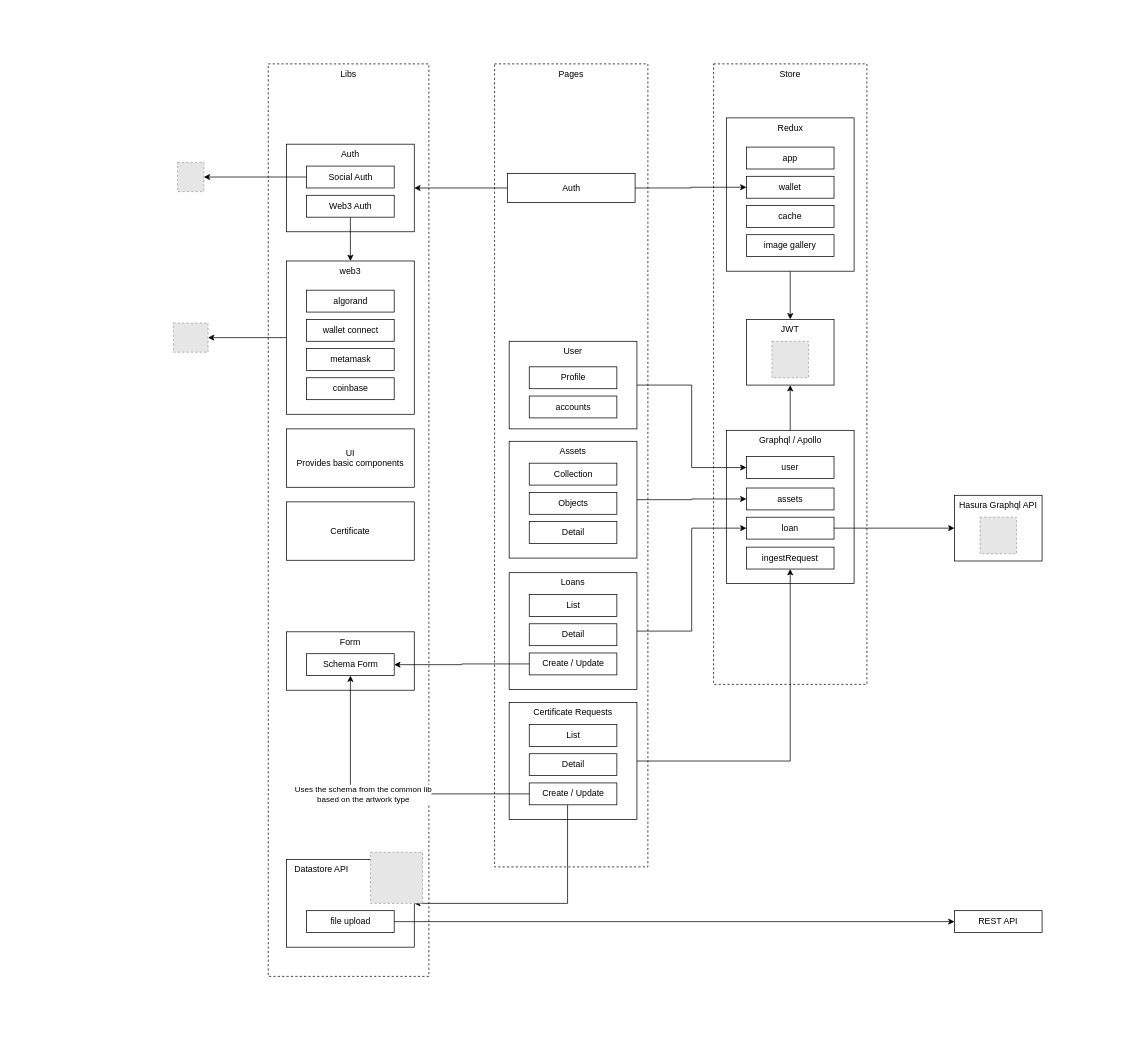
Above: test-2.drawio in tobi-tobsen-berlin/diagrams (draw.io), before the change. Source tidied: cells renumbered, new cells numbered last; positions are measured from the earlier drawing's top-left corner, leaving out a move shared by most shapes. Both pictures are drawn from the tidied source at 73%, with x=0, y=0 at pixel (173, 64). Pictures stored in the file or linked from it are replaced by grey dashed boxes.
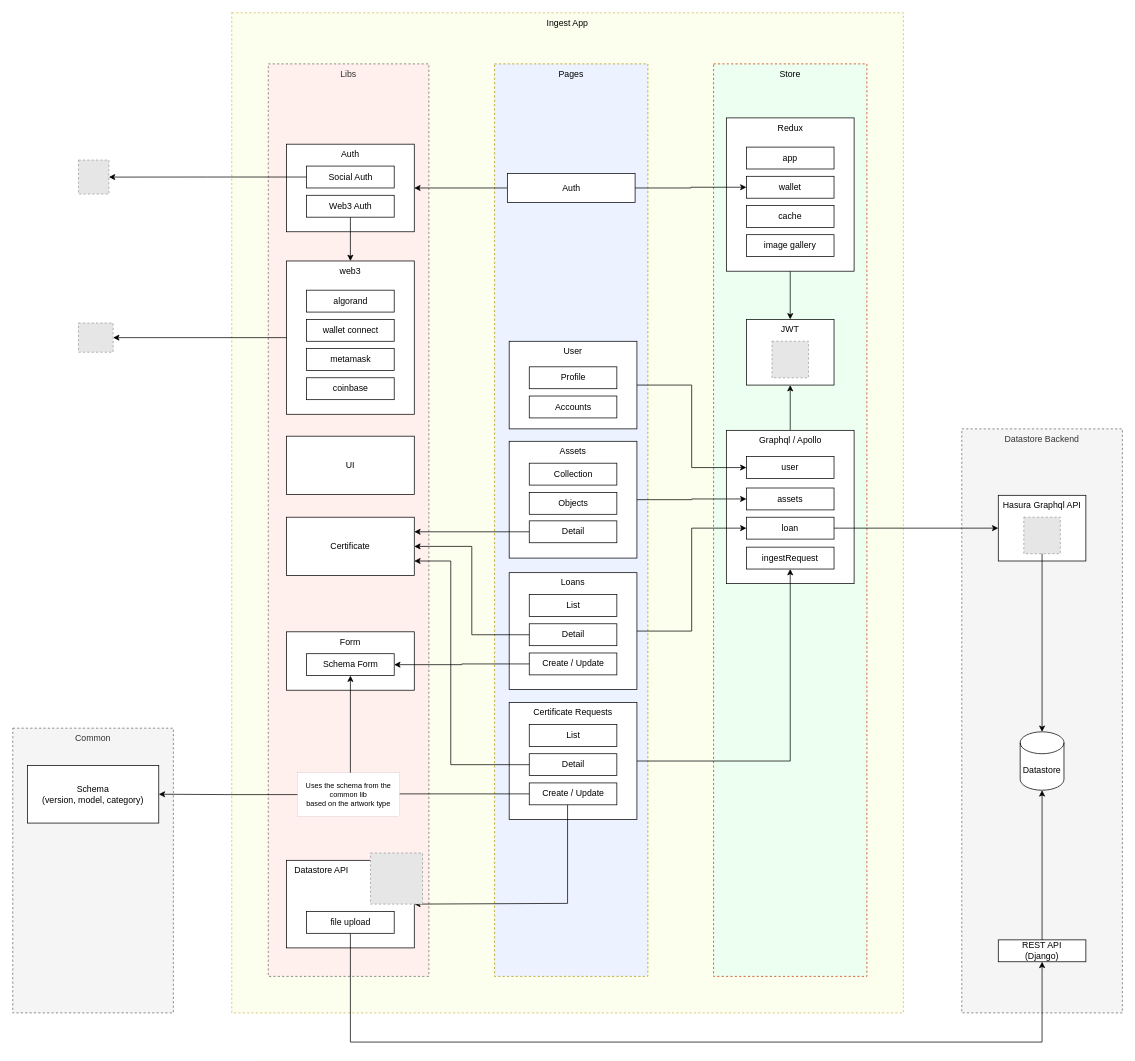
The same page after the edit.

Unchanged cells that the change refers to:
```xml
<mxCell id="40" value="Detail" style="rounded=0;whiteSpace=wrap;html=1;" parent="1" vertex="1">
  <mxGeometry x="487.5" y="945" width="120" height="30" as="geometry" />
</mxCell>
<mxCell id="49" value="Detail" style="rounded=0;whiteSpace=wrap;html=1;" parent="1" vertex="1">
  <mxGeometry x="487.5" y="767" width="120" height="30" as="geometry" />
</mxCell>
<mxCell id="50" style="edgeStyle=orthogonalEdgeStyle;rounded=0;jettySize=auto;html=1;" parent="1" edge="1" source="53" target="61">
  <mxGeometry relative="1" as="geometry" />
</mxCell>
```

What changed in the source:
```diff
@@
+    <mxCell id="71" value="Common" style="rounded=0;whiteSpace=wrap;html=1;verticalAlign=top;dashed=1;fillColor=#f5f5f5;fontColor=#333333;strokeColor=#666666;" parent="1" vertex="1">
+      <mxGeometry x="-220" y="910" width="220" height="390" as="geometry" />
+    </mxCell>
+    <mxCell id="72" value="Ingest App" style="rounded=0;whiteSpace=wrap;html=1;verticalAlign=top;dashed=1;fillColor=#FCFFED;strokeColor=#d6b656;" parent="1" vertex="1">
+      <mxGeometry x="80" y="-70" width="920" height="1370" as="geometry" />
+    </mxCell>
+    <mxCell id="73" value="Datastore Backend" style="rounded=0;whiteSpace=wrap;html=1;verticalAlign=top;dashed=1;fillColor=#f5f5f5;fontColor=#333333;strokeColor=#666666;" parent="1" vertex="1">
+      <mxGeometry x="1080" y="500" width="220" height="800" as="geometry" />
+    </mxCell>
-    <mxCell id="2" value="Libs" style="rounded=0;whiteSpace=wrap;html=1;verticalAlign=top;dashed=1;" parent="1" vertex="1">
+    <mxCell id="2" value="Libs" style="rounded=0;whiteSpace=wrap;html=1;verticalAlign=top;dashed=1;fillColor=#FFF0ED;fontColor=#333333;strokeColor=#666666;" parent="1" vertex="1">
       <mxGeometry x="130" width="220" height="1250" as="geometry" />
     </mxCell>
-    <mxCell id="3" value="Pages" style="rounded=0;whiteSpace=wrap;html=1;verticalAlign=top;dashed=1;" parent="1" vertex="1">
-      <mxGeometry x="440" width="210" height="1100" as="geometry" />
+    <mxCell id="3" value="Pages" style="rounded=0;whiteSpace=wrap;html=1;verticalAlign=top;dashed=1;fillColor=#ECF2FF;strokeColor=#B09500;fontColor=#000000;" parent="1" vertex="1">
+      <mxGeometry x="440" width="210" height="1250" as="geometry" />
     </mxCell>
@@
     <mxCell id="5" value="Hasura Graphql API" style="rounded=0;whiteSpace=wrap;html=1;verticalAlign=top;" parent="1" vertex="1">
-      <mxGeometry x="1070" y="591" width="120" height="90" as="geometry" />
+      <mxGeometry x="1130" y="591" width="120" height="90" as="geometry" />
     </mxCell>
@@
-    <mxCell id="8" value="Store" style="rounded=0;whiteSpace=wrap;html=1;verticalAlign=top;dashed=1;" parent="1" vertex="1">
-      <mxGeometry x="740" width="210" height="850" as="geometry" />
+    <mxCell id="8" value="Store" style="rounded=0;whiteSpace=wrap;html=1;verticalAlign=top;dashed=1;fillColor=#EDFFF1;fontColor=#000000;strokeColor=#C73500;" parent="1" vertex="1">
+      <mxGeometry x="740" width="210" height="1250" as="geometry" />
     </mxCell>
@@
     <mxCell id="25" style="fillColor=#E6E6E6;strokeColor=#999999;dashed=1;verticalLabelPosition=bottom;labelBackgroundColor=default;verticalAlign=top;" parent="1" vertex="1">
-      <mxGeometry y="355" width="47.5" height="40" as="geometry" />
+      <mxGeometry x="-130" y="355" width="47.5" height="40" as="geometry" />
     </mxCell>
@@
     <mxCell id="31" style="fillColor=#E6E6E6;strokeColor=#999999;dashed=1;verticalLabelPosition=bottom;labelBackgroundColor=default;verticalAlign=top;" parent="1" vertex="1">
-      <mxGeometry x="5.8" y="135" width="35.9" height="40" as="geometry" />
+      <mxGeometry x="-130" y="131.8" width="41.7" height="46.5" as="geometry" />
     </mxCell>
@@
     <mxCell id="34" style="fillColor=#E6E6E6;strokeColor=#999999;dashed=1;verticalLabelPosition=bottom;labelBackgroundColor=default;verticalAlign=top;" parent="1" vertex="1">
-      <mxGeometry x="1105" y="621" width="50" height="50" as="geometry" />
+      <mxGeometry x="1165" y="621" width="50" height="50" as="geometry" />
     </mxCell>
@@
+    <mxCell id="74" style="edgeStyle=orthogonalEdgeStyle;rounded=0;jettySize=auto;html=1;entryX=1;entryY=0.75;entryDx=0;entryDy=0;" parent="1" edge="1" source="40" target="68">
+      <mxGeometry relative="1" as="geometry">
+        <Array as="points">
+          <mxPoint x="380" y="960" />
+          <mxPoint x="380" y="681" />
+        </Array>
+      </mxGeometry>
+    </mxCell>
@@
+    <mxCell id="75" style="edgeStyle=orthogonalEdgeStyle;rounded=0;jettySize=auto;html=1;entryX=1;entryY=0.25;entryDx=0;entryDy=0;" parent="1" edge="1" source="45" target="68">
+      <mxGeometry relative="1" as="geometry" />
+    </mxCell>
     <mxCell id="45" value="Detail" style="rounded=0;whiteSpace=wrap;html=1;" parent="1" vertex="1">
-      <mxGeometry x="487.5" y="627" width="120" height="30" as="geometry" />
+      <mxGeometry x="487.5" y="626" width="120" height="30" as="geometry" />
     </mxCell>
@@
+    <mxCell id="76" style="edgeStyle=orthogonalEdgeStyle;rounded=0;jettySize=auto;html=1;entryX=1;entryY=0.5;entryDx=0;entryDy=0;" parent="1" edge="1" source="49" target="68">
+      <mxGeometry relative="1" as="geometry" />
+    </mxCell>
@@
-    <mxCell id="51" value="Uses the schema from the common lib &lt;br&gt;based on the artwork type" style="edgeLabel;html=1;align=center;verticalAlign=middle;points=[];" parent="50" vertex="1">
-      <mxGeometry x="-0.47" y="2" relative="1" as="geometry">
-        <mxPoint x="-120" y="-2" as="offset" />
-      </mxGeometry>
-    </mxCell>
@@
-    <mxCell id="54" value="REST API" style="rounded=0;whiteSpace=wrap;html=1;verticalAlign=middle;" parent="1" vertex="1">
-      <mxGeometry x="1070" y="1160" width="120" height="30" as="geometry" />
+    <mxCell id="54" value="REST API&lt;br&gt;(Django)" style="rounded=0;whiteSpace=wrap;html=1;verticalAlign=middle;" parent="1" vertex="1">
+      <mxGeometry x="1130" y="1200" width="120" height="30" as="geometry" />
     </mxCell>
     <mxCell id="55" value="Datastore API" style="rounded=0;whiteSpace=wrap;html=1;verticalAlign=top;align=left;spacingTop=0;spacingLeft=9;" parent="1" vertex="1">
-      <mxGeometry x="155" y="1090" width="175" height="120" as="geometry" />
+      <mxGeometry x="155" y="1091" width="175" height="120" as="geometry" />
     </mxCell>
+    <mxCell id="59" style="edgeStyle=orthogonalEdgeStyle;rounded=0;jettySize=auto;html=1;" parent="1" edge="1" source="56" target="54">
+      <mxGeometry relative="1" as="geometry">
+        <Array as="points">
+          <mxPoint x="243" y="1340" />
+          <mxPoint x="1190" y="1340" />
+        </Array>
+      </mxGeometry>
+    </mxCell>
     <mxCell id="56" value="file upload" style="rounded=0;whiteSpace=wrap;html=1;" parent="1" vertex="1">
-      <mxGeometry x="182.5" y="1160" width="120" height="30" as="geometry" />
+      <mxGeometry x="182.5" y="1161" width="120" height="30" as="geometry" />
     </mxCell>
     <mxCell id="57" style="fillColor=#E6E6E6;strokeColor=#999999;dashed=1;verticalLabelPosition=bottom;labelBackgroundColor=default;verticalAlign=top;" parent="1" vertex="1">
-      <mxGeometry x="270" y="1080" width="71.3" height="70" as="geometry" />
+      <mxGeometry x="270" y="1081" width="71.3" height="70" as="geometry" />
     </mxCell>
@@
-    <mxCell id="59" style="edgeStyle=orthogonalEdgeStyle;rounded=0;jettySize=auto;html=1;entryX=0;entryY=0.5;entryDx=0;entryDy=0;" parent="1" edge="1" source="56" target="54">
-      <mxGeometry relative="1" as="geometry" />
-    </mxCell>
@@
-    <mxCell id="64" value="UI&lt;br&gt;Provides basic components" style="rounded=0;whiteSpace=wrap;html=1;verticalAlign=middle;" parent="1" vertex="1">
-      <mxGeometry x="155" y="500" width="175" height="80" as="geometry" />
+    <mxCell id="64" value="UI" style="rounded=0;whiteSpace=wrap;html=1;verticalAlign=middle;" parent="1" vertex="1">
+      <mxGeometry x="155" y="510" width="175" height="80" as="geometry" />
     </mxCell>
@@
     <mxCell id="68" value="Certificate" style="rounded=0;whiteSpace=wrap;html=1;verticalAlign=middle;" parent="1" vertex="1">
-      <mxGeometry x="155" y="600" width="175" height="80" as="geometry" />
+      <mxGeometry x="155" y="621" width="175" height="80" as="geometry" />
     </mxCell>
@@
-    <mxCell id="70" value="accounts" style="rounded=0;whiteSpace=wrap;html=1;" parent="1" vertex="1">
+    <mxCell id="70" value="Accounts" style="rounded=0;whiteSpace=wrap;html=1;" parent="1" vertex="1">
       <mxGeometry x="487.5" y="455" width="120" height="30" as="geometry" />
     </mxCell>
+    <mxCell id="77" value="Datastore" style="shape=cylinder3;whiteSpace=wrap;html=1;boundedLbl=1;backgroundOutline=1;size=15;" parent="1" vertex="1">
+      <mxGeometry x="1160" y="915" width="60" height="80" as="geometry" />
+    </mxCell>
+    <mxCell id="78" style="edgeStyle=orthogonalEdgeStyle;rounded=0;jettySize=auto;html=1;entryX=0.5;entryY=0;entryDx=0;entryDy=0;entryPerimeter=0;" parent="1" edge="1" source="34" target="77">
+      <mxGeometry relative="1" as="geometry" />
+    </mxCell>
+    <mxCell id="79" style="edgeStyle=orthogonalEdgeStyle;rounded=0;jettySize=auto;html=1;entryX=0.5;entryY=1;entryDx=0;entryDy=0;entryPerimeter=0;" parent="1" edge="1" source="54" target="77">
+      <mxGeometry relative="1" as="geometry" />
+    </mxCell>
+    <mxCell id="80" value="Schema&lt;br&gt;(version, model, category)" style="rounded=0;whiteSpace=wrap;html=1;" parent="1" vertex="1">
+      <mxGeometry x="-200" y="961" width="180" height="79" as="geometry" />
+    </mxCell>
+    <mxCell id="51" value="Uses the schema from the&lt;br style=&quot;border-color: var(--border-color); font-size: 10px;&quot;&gt;&lt;span style=&quot;font-size: 10px; background-color: rgb(255, 255, 255);&quot;&gt;common lib&lt;/span&gt;&lt;br style=&quot;border-color: var(--border-color); font-size: 10px;&quot;&gt;&lt;span style=&quot;font-size: 10px; background-color: rgb(255, 255, 255);&quot;&gt;based on the artwork type&lt;/span&gt;" style="rounded=0;whiteSpace=wrap;html=1;strokeWidth=0;fontSize=10;" parent="1" vertex="1">
+      <mxGeometry x="170" y="971" width="140" height="60" as="geometry" />
+    </mxCell>
+    <mxCell id="81" style="edgeStyle=orthogonalEdgeStyle;rounded=0;jettySize=auto;html=1;entryX=1;entryY=0.5;entryDx=0;entryDy=0;" parent="1" edge="1" source="51" target="80">
+      <mxGeometry relative="1" as="geometry" />
+    </mxCell>
```
